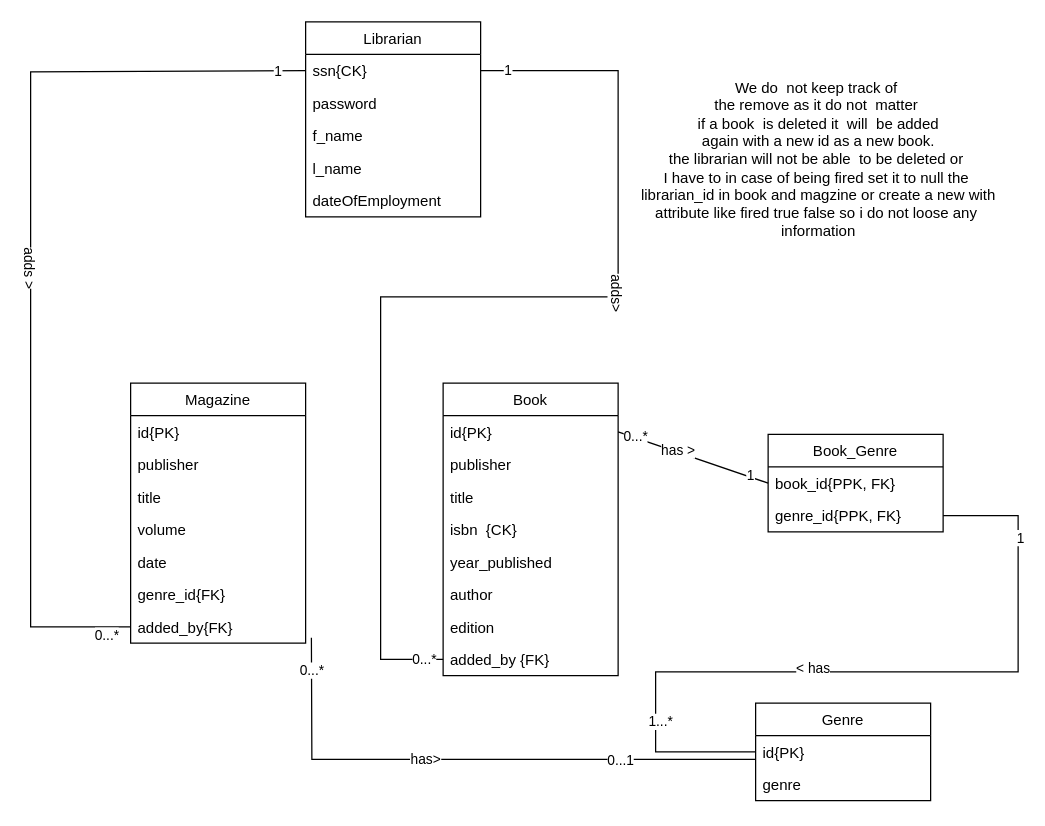
This is Database/remove_multimedia_items(GRD)).drawio from RafaelSanchezCordoba/Semester-Project-Library, a draw.io file, before an edit. Source tidied: cells renumbered, new cells numbered last; positions are measured from the earlier drawing's top-left corner, leaving out a move shared by most shapes. Both pictures are drawn from the tidied source at 125%, with x=0, y=0 at pixel (30, 21).
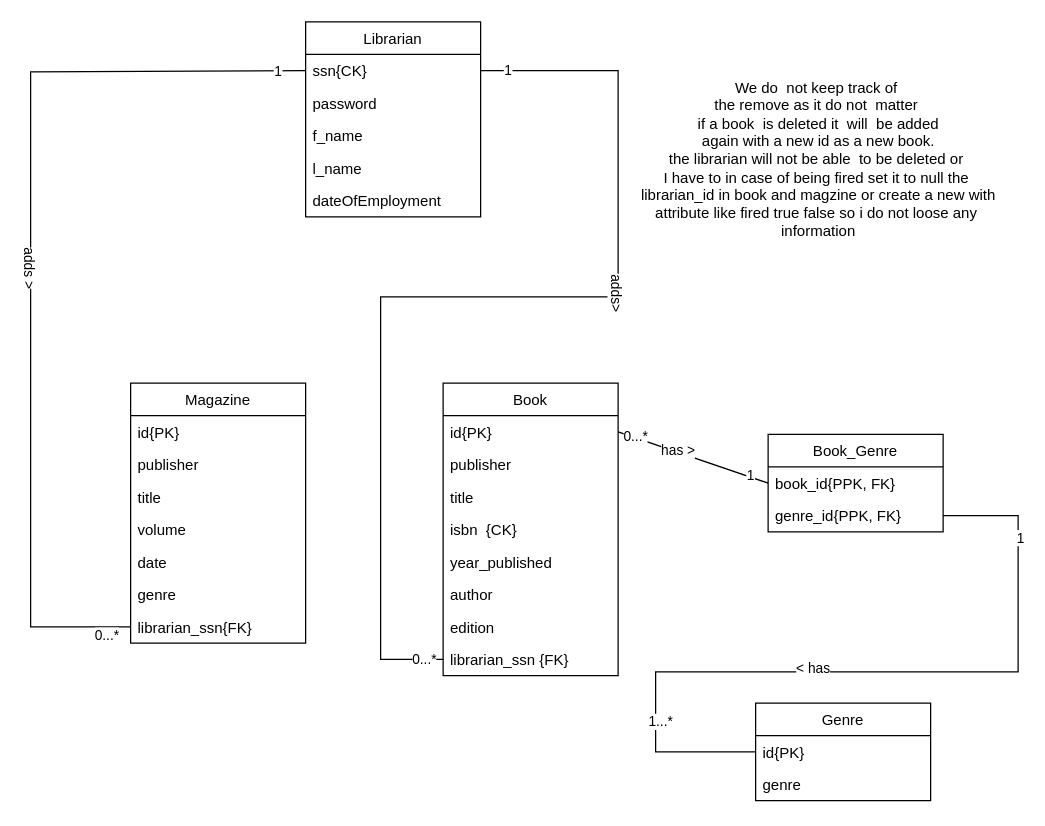
After the change.

Commit message (it also covers changes not shown here):
Genre desing changed

.

Unchanged cells that the change refers to:
```xml
<mxCell id="8" value="Magazine" style="swimlane;fontStyle=0;horizontal=1;startSize=26;fillColor=none;" parent="1" vertex="1">
  <mxGeometry x="80" y="289" width="140" height="208" as="geometry" />
</mxCell>
<mxCell id="16" value="Book" style="swimlane;fontStyle=0;horizontal=1;startSize=26;fillColor=none;" parent="1" vertex="1">
  <mxGeometry x="330" y="289" width="140" height="234" as="geometry" />
</mxCell>
```

What changed in the source:
```diff
@@
-    <mxCell id="14" value="genre_id{FK}" style="text;strokeColor=none;fillColor=none;align=left;verticalAlign=top;spacingLeft=4;spacingRight=4;overflow=hidden;" parent="8" vertex="1">
+    <mxCell id="14" value="genre" style="text;strokeColor=none;fillColor=none;align=left;verticalAlign=top;spacingLeft=4;spacingRight=4;overflow=hidden;" parent="8" vertex="1">
       <mxGeometry y="156" width="140" height="26" as="geometry" />
     </mxCell>
-    <mxCell id="15" value="added_by{FK}" style="text;strokeColor=none;fillColor=none;align=left;verticalAlign=top;spacingLeft=4;spacingRight=4;overflow=hidden;points=[[0,0.5],[1,0.5]];portConstraint=eastwest;" parent="8" vertex="1">
+    <mxCell id="15" value="librarian_ssn{FK}" style="text;strokeColor=none;fillColor=none;align=left;verticalAlign=top;spacingLeft=4;spacingRight=4;overflow=hidden;points=[[0,0.5],[1,0.5]];portConstraint=eastwest;" parent="8" vertex="1">
       <mxGeometry y="182" width="140" height="26" as="geometry" />
     </mxCell>
@@
-    <mxCell id="24" value="added_by {FK}" style="text;strokeColor=none;fillColor=none;align=left;verticalAlign=top;spacingLeft=4;spacingRight=4;overflow=hidden;points=[[0,0.5],[1,0.5]];portConstraint=eastwest;" parent="16" vertex="1">
+    <mxCell id="24" value="librarian_ssn {FK}" style="text;strokeColor=none;fillColor=none;align=left;verticalAlign=top;spacingLeft=4;spacingRight=4;overflow=hidden;points=[[0,0.5],[1,0.5]];portConstraint=eastwest;" parent="16" vertex="1">
       <mxGeometry y="208" width="140" height="26" as="geometry" />
     </mxCell>
@@
-    <mxCell id="48" style="endArrow=none;html=1;rounded=0;entryX=1.033;entryY=0.833;entryDx=0;entryDy=0;entryPerimeter=0;" parent="1" edge="1" target="15">
-      <mxGeometry relative="1" as="geometry">
-        <mxPoint x="580" y="590" as="sourcePoint" />
-        <Array as="points">
-          <mxPoint x="225" y="590" />
-        </Array>
-      </mxGeometry>
-    </mxCell>
-    <mxCell id="49" value="0...*" style="edgeLabel;html=1;align=center;verticalAlign=middle;" parent="48" vertex="1">
-      <mxGeometry x="0.89" relative="1" as="geometry" />
-    </mxCell>
-    <mxCell id="50" value="0...1" style="edgeLabel;html=1;align=center;verticalAlign=middle;" parent="48" vertex="1">
-      <mxGeometry x="-0.52" relative="1" as="geometry" />
-    </mxCell>
-    <mxCell id="51" value="has&amp;gt;" style="edgeLabel;html=1;align=center;verticalAlign=middle;" parent="48" vertex="1">
-      <mxGeometry x="0.17" y="-1" relative="1" as="geometry" />
-    </mxCell>
```
